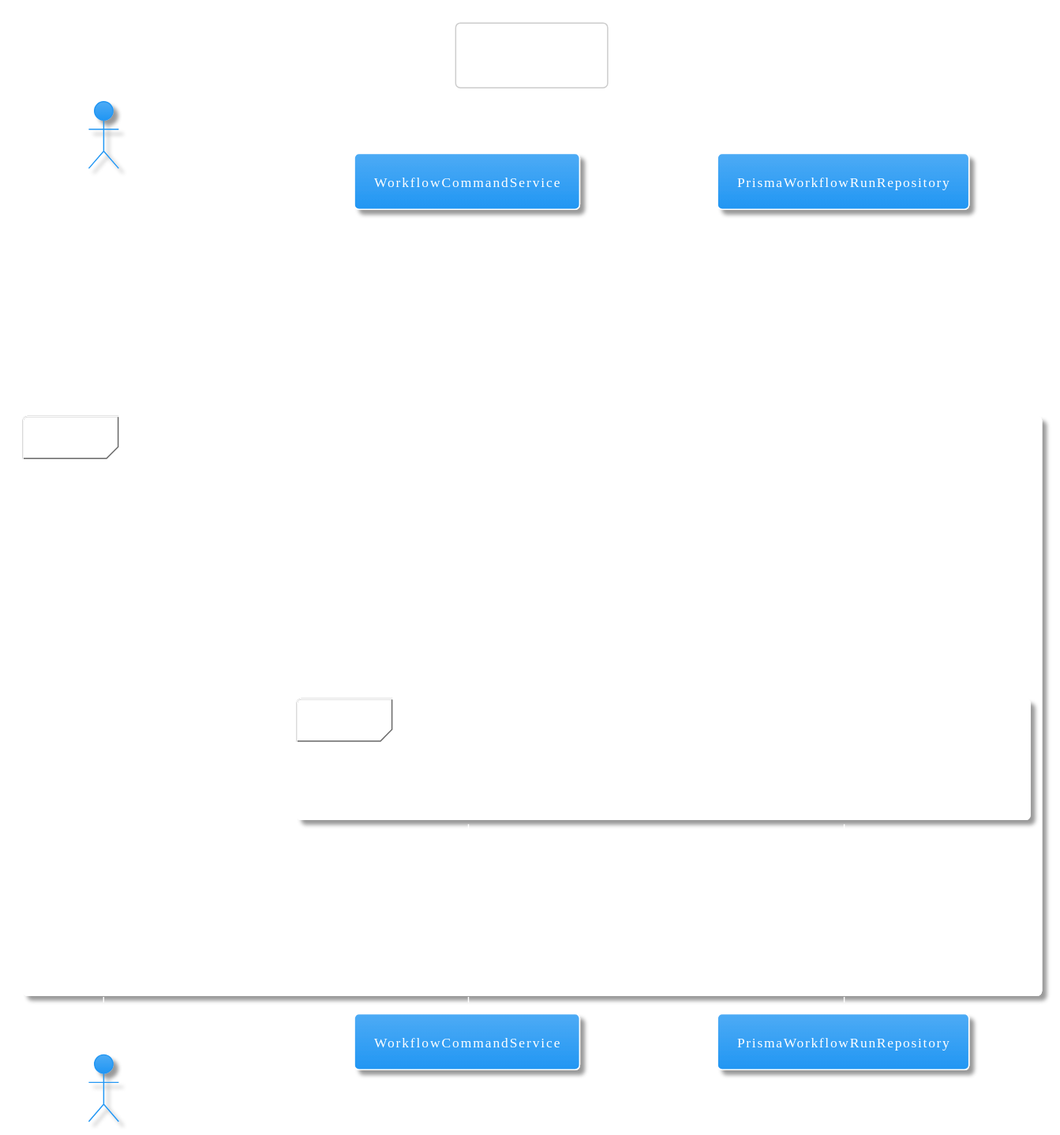
The PlantUML diagram docs/workflow-viz/charts/src-server-application-workflow-command-service-ts-b8963d50-sequence.svg in maroonxv/stock-screening-boost, before a commit. The source it was exported from:
```plantuml
@startuml
!theme materia
skinparam defaultFontColor #FFFFFF
skinparam ArrowColor #FFFFFF
skinparam LineColor #FFFFFF
skinparam PackageBorderColor #FFFFFF
skinparam RectangleBorderColor #FFFFFF
skinparam ComponentBorderColor #FFFFFF
skinparam SequenceArrowColor #FFFFFF
skinparam SequenceLifeLineBorderColor #FFFFFF
skinparam SequenceParticipantBorderColor #FFFFFF
skinparam SequenceParticipantFontColor #FFFFFF
skinparam ActivityBorderColor #FFFFFF
skinparam ActivityFontColor #FFFFFF
skinparam ActivityDiamondBorderColor #FFFFFF
skinparam ActivityDiamondFontColor #FFFFFF
skinparam StateBorderColor #FFFFFF
skinparam StateFontColor #FFFFFF
title 协作顺序图
autonumber

actor "workflowRouter" as Router
participant "WorkflowCommandService" as Service
participant "PrismaWorkflowRunRepository" as Repository

Router -> Service : startWatchlistTimingPipeline(command)
Service -> Service : 组装 query / input / idempotencyKey
Service -> Repository : findPendingOrRunningByIdempotency()
alt 命中已有 run
  Repository --> Service : existing run
  Service --> Router : 直接返回 existing runId
else 创建新 run
  Service -> Repository : getTemplateByCodeAndVersion()
  alt 模板缺失
    Service -> Repository : ensureWatchlistTimingPipelineTemplate()
  end
  Service -> Repository : createRun(nodeKeys, input, query)
  Repository --> Service : run
  Service --> Router : runId / status / createdAt
end
@enduml
```
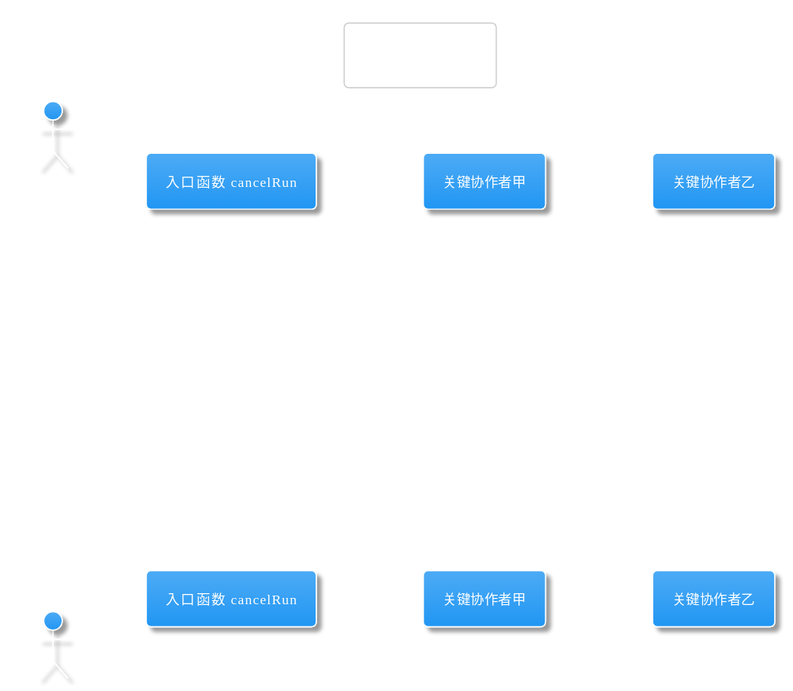
Above is the later version.

What changed in the source:
```diff
@@ -19,23 +19,15 @@
 title 协作顺序图
 autonumber
 
-actor "workflowRouter" as Router
-participant "WorkflowCommandService" as Service
-participant "PrismaWorkflowRunRepository" as Repository
+actor "发起方" as Caller
+participant "入口函数 cancelRun" as Entry
+participant "关键协作者甲" as DepA
+participant "关键协作者乙" as DepB
 
-Router -> Service : startWatchlistTimingPipeline(command)
-Service -> Service : 组装 query / input / idempotencyKey
-Service -> Repository : findPendingOrRunningByIdempotency()
-alt 命中已有 run
-  Repository --> Service : existing run
-  Service --> Router : 直接返回 existing runId
-else 创建新 run
-  Service -> Repository : getTemplateByCodeAndVersion()
-  alt 模板缺失
-    Service -> Repository : ensureWatchlistTimingPipelineTemplate()
-  end
-  Service -> Repository : createRun(nodeKeys, input, query)
-  Repository --> Service : run
-  Service --> Router : runId / status / createdAt
-end
+Caller -> Entry : 发起调用
+Entry -> DepA : 请求步骤一
+DepA --> Entry : 返回阶段结果
+Entry -> DepB : 请求步骤二
+DepB --> Entry : 返回阶段结果
+Entry --> Caller : 返回完成结果
 @enduml
```
